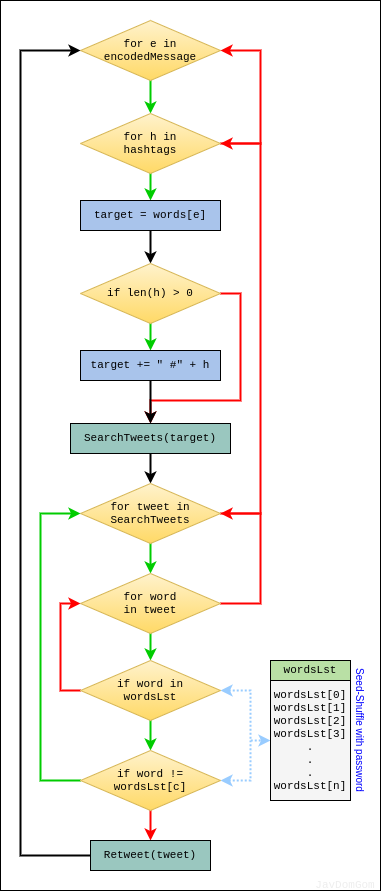
JavDomGom/ste-go-twitter keeps this draw.io diagram as img/send_01.png. Above is the earlier version. Source tidied: cells renumbered, new cells last; positions are measured from the earlier drawing's top-left corner, leaving out a move shared by most shapes.
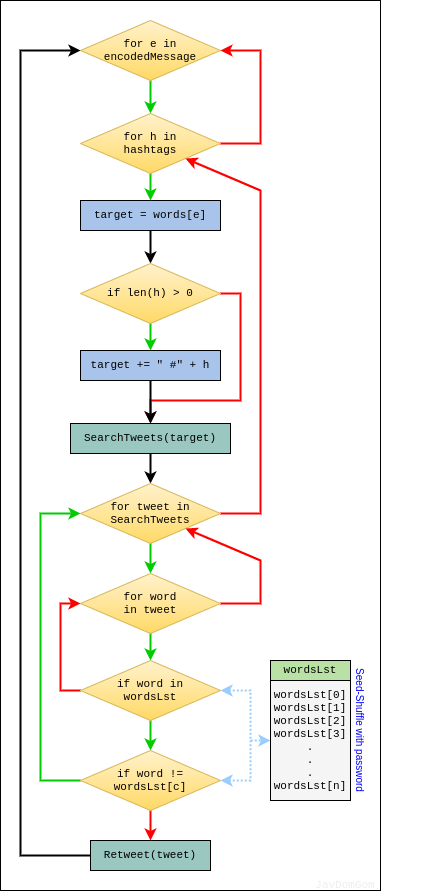
The same file after the commit.

Change to the diagram source:
```diff
@@ -61,11 +61,11 @@
     <mxCell id="17" style="edgeStyle=orthogonalEdgeStyle;rounded=0;jettySize=auto;html=1;exitX=0.5;exitY=1;exitDx=0;exitDy=0;entryX=0.5;entryY=0;entryDx=0;entryDy=0;strokeWidth=2;strokeColor=#00CC00;" parent="1" edge="1" source="19" target="22">
       <mxGeometry relative="1" as="geometry" />
     </mxCell>
-    <mxCell id="18" style="edgeStyle=orthogonalEdgeStyle;rounded=0;jettySize=auto;html=1;exitX=1;exitY=0.5;exitDx=0;exitDy=0;entryX=1;entryY=0.5;entryDx=0;entryDy=0;startArrow=none;startFill=0;endArrow=classic;endFill=1;strokeWidth=2;fontSize=12;fontColor=#000000;strokeColor=#FF0000;" parent="1" edge="1" source="19" target="7">
+    <mxCell id="18" style="rounded=0;jettySize=auto;html=1;exitX=1;exitY=0.5;exitDx=0;exitDy=0;entryX=1;entryY=1;entryDx=0;entryDy=0;startArrow=none;startFill=0;endArrow=classic;endFill=1;strokeWidth=2;fontSize=12;fontColor=#000000;strokeColor=#FF0000;" parent="1" edge="1" source="19" target="7">
       <mxGeometry relative="1" as="geometry">
         <Array as="points">
           <mxPoint x="260" y="513" />
-          <mxPoint x="260" y="143" />
+          <mxPoint x="260" y="190" />
         </Array>
       </mxGeometry>
     </mxCell>
@@ -75,11 +75,11 @@
     <mxCell id="20" style="edgeStyle=orthogonalEdgeStyle;rounded=0;jettySize=auto;html=1;exitX=0.5;exitY=1;exitDx=0;exitDy=0;entryX=0.5;entryY=0;entryDx=0;entryDy=0;strokeWidth=2;strokeColor=#00CC00;" parent="1" edge="1" source="22" target="26">
       <mxGeometry relative="1" as="geometry" />
     </mxCell>
-    <mxCell id="21" style="edgeStyle=orthogonalEdgeStyle;rounded=0;jettySize=auto;html=1;exitX=1;exitY=0.5;exitDx=0;exitDy=0;entryX=1;entryY=0.5;entryDx=0;entryDy=0;startArrow=none;startFill=0;endArrow=classic;endFill=1;strokeWidth=2;fontSize=12;fontColor=#000000;strokeColor=#FF0000;" parent="1" edge="1" source="22" target="19">
+    <mxCell id="21" style="rounded=0;jettySize=auto;html=1;exitX=1;exitY=0.5;exitDx=0;exitDy=0;entryX=1;entryY=1;entryDx=0;entryDy=0;startArrow=none;startFill=0;endArrow=classic;endFill=1;strokeWidth=2;fontSize=12;fontColor=#000000;strokeColor=#FF0000;" parent="1" edge="1" source="22" target="19">
       <mxGeometry relative="1" as="geometry">
         <Array as="points">
           <mxPoint x="260" y="603" />
-          <mxPoint x="260" y="513" />
+          <mxPoint x="260" y="560" />
         </Array>
       </mxGeometry>
     </mxCell>
@@ -92,7 +92,7 @@
     <mxCell id="24" style="edgeStyle=orthogonalEdgeStyle;rounded=0;jettySize=auto;html=1;exitX=0;exitY=0.5;exitDx=0;exitDy=0;entryX=0;entryY=0.5;entryDx=0;entryDy=0;strokeWidth=2;strokeColor=#FF0000;" parent="1" edge="1" source="26" target="22">
       <mxGeometry relative="1" as="geometry" />
     </mxCell>
-    <mxCell id="25" style="edgeStyle=orthogonalEdgeStyle;rounded=0;jettySize=auto;html=1;exitX=1;exitY=0.5;exitDx=0;exitDy=0;startArrow=classic;startFill=1;strokeWidth=2;fontSize=12;fontColor=#000000;dashed=1;dashPattern=1 1;strokeColor=#99CCFF;entryX=0;entryY=0.5;entryDx=0;entryDy=0;" parent="1" edge="1" source="26" target="35">
+    <mxCell id="25" style="edgeStyle=orthogonalEdgeStyle;rounded=0;jettySize=auto;html=1;exitX=1;exitY=0.5;exitDx=0;exitDy=0;startArrow=classic;startFill=1;strokeWidth=2;fontSize=12;fontColor=#000000;dashed=1;dashPattern=1 1;strokeColor=#99CCFF;entryX=0;entryY=0.5;entryDx=0;entryDy=0;" parent="1" edge="1" source="26" target="36">
       <mxGeometry relative="1" as="geometry">
         <Array as="points">
           <mxPoint x="250" y="690" />
@@ -136,14 +136,17 @@
     <mxCell id="33" value="JavDomGom" style="text;html=1;strokeColor=none;fillColor=none;align=center;verticalAlign=middle;whiteSpace=wrap;rounded=0;fontFamily=Courier New;fontSize=11;glass=0;shadow=0;labelBorderColor=none;labelBackgroundColor=none;fontColor=#EDEDED;" parent="1" vertex="1">
       <mxGeometry x="310" y="880" width="70" height="10" as="geometry" />
     </mxCell>
-    <mxCell id="34" value="wordsLst" style="rounded=0;whiteSpace=wrap;html=1;shadow=0;glass=0;labelBackgroundColor=none;strokeColor=#000000;fontFamily=Courier New;fontSize=11;fontColor=#000000;align=center;fillColor=#B9E0A5;" parent="1" vertex="1">
-      <mxGeometry x="270" y="660" width="80" height="20" as="geometry" />
+    <mxCell id="34" style="group;" parent="1" vertex="1">
+      <mxGeometry x="270" y="660" width="160" height="140" as="geometry" />
     </mxCell>
-    <mxCell id="35" value="wordsLst[0]&lt;br style=&quot;font-size: 11px;&quot;&gt;wordsLst[1]&lt;br style=&quot;font-size: 11px;&quot;&gt;wordsLst[2]&lt;br style=&quot;font-size: 11px;&quot;&gt;wordsLst[3]&lt;br style=&quot;font-size: 11px;&quot;&gt;.&lt;br style=&quot;font-size: 11px;&quot;&gt;.&lt;br style=&quot;font-size: 11px;&quot;&gt;.&lt;br style=&quot;font-size: 11px;&quot;&gt;wordsLst[n]" style="rounded=0;whiteSpace=wrap;html=1;shadow=0;glass=0;labelBackgroundColor=none;strokeColor=#000000;fontFamily=Courier New;fontSize=11;fontColor=#000000;align=center;fillColor=#F5F5F5;" parent="1" vertex="1">
-      <mxGeometry x="270" y="680" width="80" height="120" as="geometry" />
+    <mxCell id="35" value="wordsLst" style="rounded=0;whiteSpace=wrap;html=1;shadow=0;glass=0;labelBackgroundColor=none;strokeColor=#000000;fontFamily=Courier New;fontSize=11;fontColor=#000000;align=center;fillColor=#B9E0A5;" parent="34" vertex="1">
+      <mxGeometry width="80" height="20" as="geometry" />
     </mxCell>
-    <mxCell id="36" value="Seed-Shuffle with password" style="text;html=1;strokeColor=none;fillColor=none;align=center;verticalAlign=middle;whiteSpace=wrap;rounded=0;fontSize=10;rotation=90;fontColor=#0000FF;" parent="1" vertex="1">
-      <mxGeometry x="290" y="720" width="140" height="20" as="geometry" />
+    <mxCell id="36" value="wordsLst[0]&lt;br style=&quot;font-size: 11px;&quot;&gt;wordsLst[1]&lt;br style=&quot;font-size: 11px;&quot;&gt;wordsLst[2]&lt;br style=&quot;font-size: 11px;&quot;&gt;wordsLst[3]&lt;br style=&quot;font-size: 11px;&quot;&gt;.&lt;br style=&quot;font-size: 11px;&quot;&gt;.&lt;br style=&quot;font-size: 11px;&quot;&gt;.&lt;br style=&quot;font-size: 11px;&quot;&gt;wordsLst[n]" style="rounded=0;whiteSpace=wrap;html=1;shadow=0;glass=0;labelBackgroundColor=none;strokeColor=#000000;fontFamily=Courier New;fontSize=11;fontColor=#000000;align=center;fillColor=#F5F5F5;" parent="34" vertex="1">
+      <mxGeometry y="20" width="80" height="120" as="geometry" />
     </mxCell>
+    <mxCell id="37" value="Seed-Shuffle with password" style="text;html=1;strokeColor=none;fillColor=none;align=center;verticalAlign=middle;whiteSpace=wrap;rounded=0;fontSize=10;rotation=90;fontColor=#0000FF;" parent="34" vertex="1">
+      <mxGeometry x="20" y="60" width="140" height="20" as="geometry" />
+    </mxCell>
   </root>
 </mxGraphModel>
```
